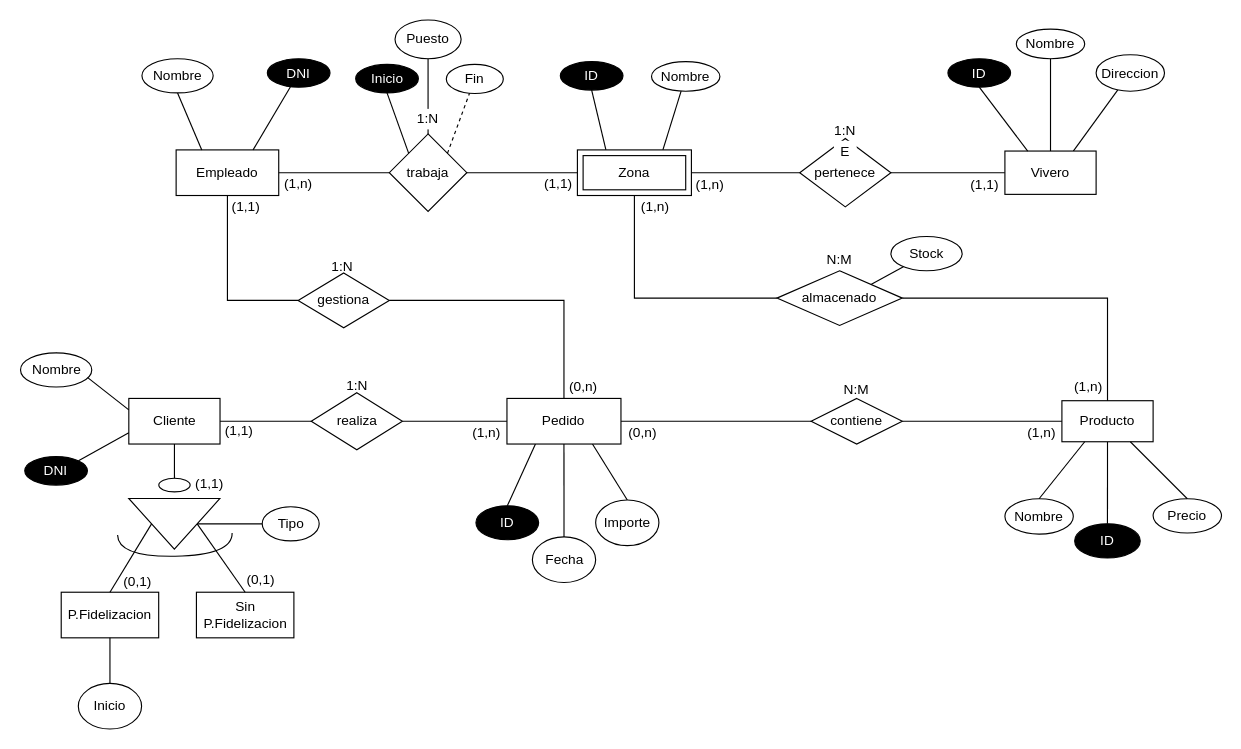
Before: pr3.drawio in kk-2503/postgresql-relationalDB-Viveros, a draw.io diagram. Source tidied: cells renumbered, new cells numbered last; positions are measured from the earlier drawing's top-left corner, leaving out a move shared by most shapes. Both pictures are drawn from the tidied source at 114%, with x=0, y=0 at pixel (19, 19).
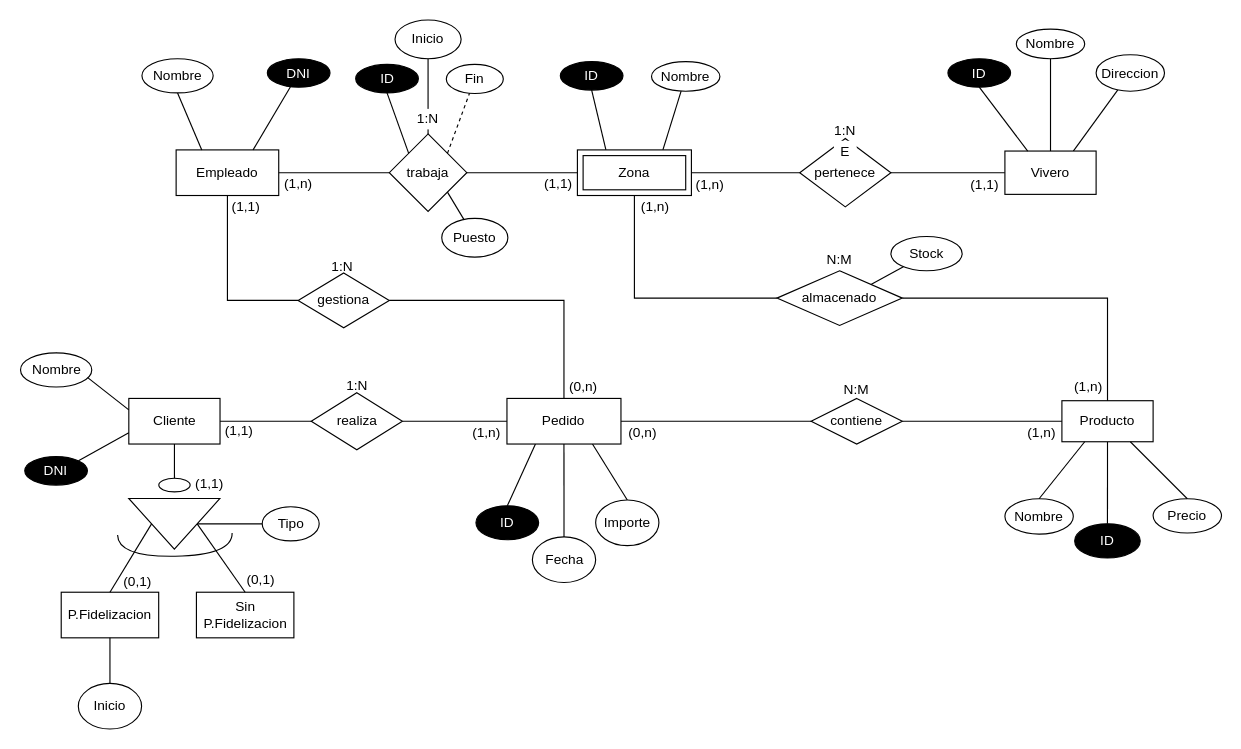
The same page after the edit.

Commit message:
Modificado entidad relacion

Unchanged cells that the change refers to:
```xml
<mxCell id="16" value="trabaja" style="rhombus;whiteSpace=wrap;html=1;fillColor=none;fontColor=#000000;rounded=0;labelBackgroundColor=#FFFFFF;" parent="1" vertex="1">
  <mxGeometry x="324" y="100" width="68" height="68" as="geometry" />
</mxCell>
```

Change to the diagram source:
```diff
@@
-    <mxCell id="18" value="Inicio" style="ellipse;whiteSpace=wrap;html=1;rounded=0;fillColor=#000000;fontColor=#FFFFFF;" parent="1" vertex="1">
+    <mxCell id="18" value="ID" style="ellipse;whiteSpace=wrap;html=1;rounded=0;fillColor=#000000;fontColor=#FFFFFF;" parent="1" vertex="1">
       <mxGeometry x="294.5" y="39" width="55" height="25" as="geometry" />
     </mxCell>
@@
-    <mxCell id="76" value="Puesto" style="ellipse;whiteSpace=wrap;html=1;fillColor=none;fontColor=#000000;rounded=0;labelBackgroundColor=#FFFFFF;" parent="1" vertex="1">
+    <mxCell id="76" value="Inicio" style="ellipse;whiteSpace=wrap;html=1;fillColor=none;fontColor=#000000;rounded=0;labelBackgroundColor=#FFFFFF;" parent="1" vertex="1">
       <mxGeometry x="329" width="58" height="34" as="geometry" />
     </mxCell>
@@
+    <mxCell id="98" style="edgeStyle=none;rounded=0;jettySize=auto;html=1;endArrow=none;endFill=0;exitX=1;exitY=1;exitDx=0;exitDy=0;" parent="1" edge="1" source="16" target="99">
+      <mxGeometry relative="1" as="geometry" />
+    </mxCell>
+    <mxCell id="99" value="Puesto" style="ellipse;whiteSpace=wrap;html=1;fillColor=none;fontColor=#000000;rounded=0;labelBackgroundColor=#FFFFFF;" parent="1" vertex="1">
+      <mxGeometry x="370" y="174" width="58" height="34" as="geometry" />
+    </mxCell>
```
